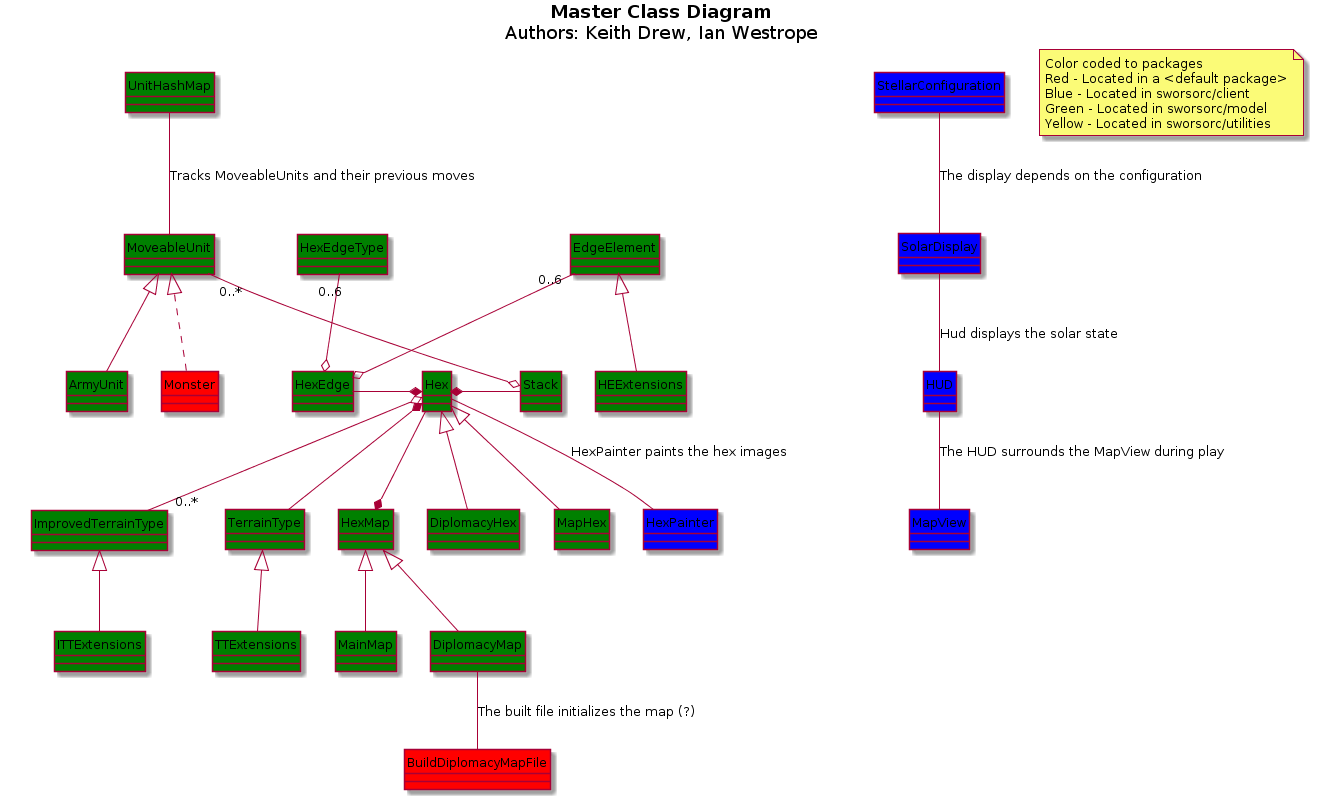
This is doc/masterClassDiagrams/classDiagram.png from cjeffery/sworsorc, a PlantUML export, as it was before one commit.
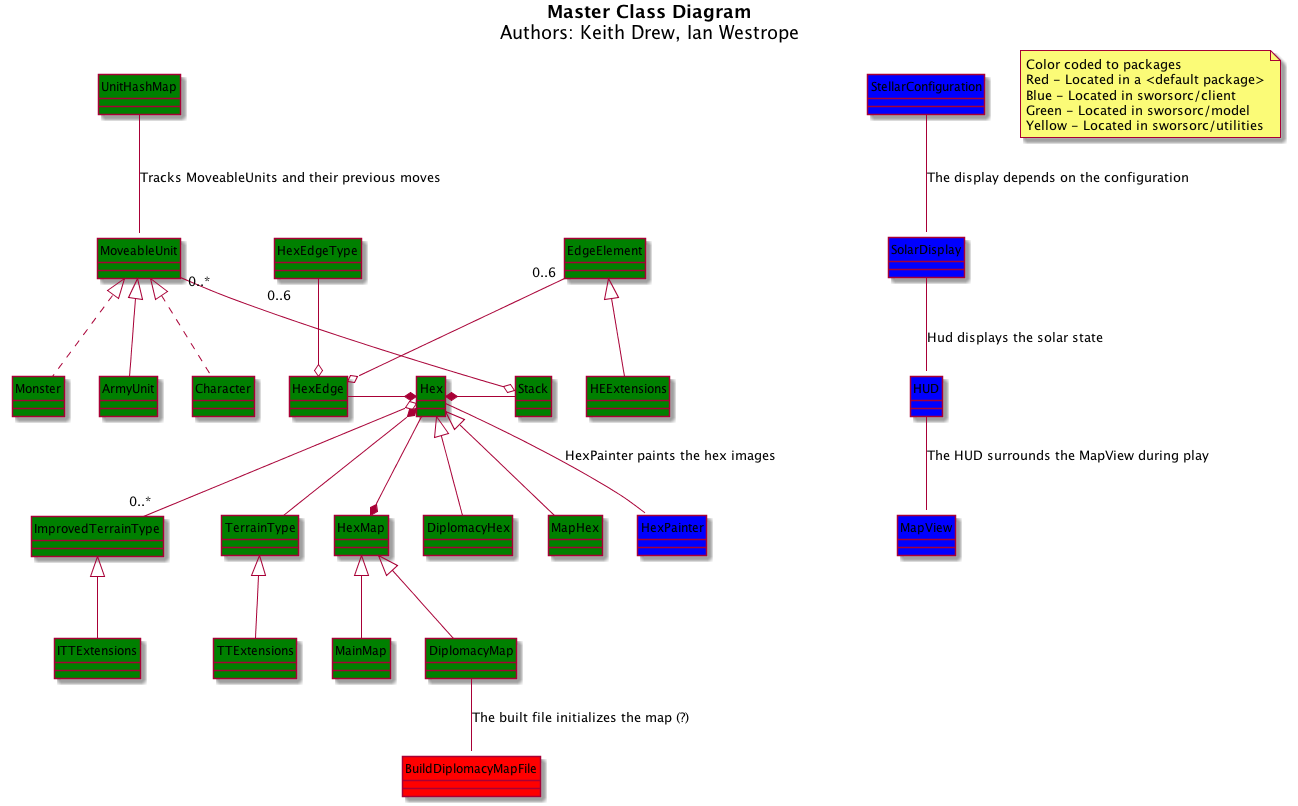
Above is the later version.

Change to the diagram source:
```diff
@@ -13,6 +13,7 @@
 DiplomacyHex -up-|> Hex
 MapHex -up-|> Hex
 
+Character .up.|> MoveableUnit
 Monster .up.|> MoveableUnit
 
 HexMap *-up- Hex
@@ -37,7 +38,7 @@
 
 SolarDisplay -down- HUD : Hud displays the solar state
 
-HUD -down-MapView : The HUD surrounds the MapView during play
+HUD -down- MapView : The HUD surrounds the MapView during play
 
 HEExtensions -up-|> EdgeElement
 TTExtensions -up-|> TerrainType
@@ -51,6 +52,9 @@
 Green - Located in sworsorc/model
 Yellow - Located in sworsorc/utilities
 end note
+
+class Character #green{
+}
 
 class MoveableUnit #green {
 }
@@ -106,7 +110,7 @@
 class ITTExtensions #green {
 }
 
-class Monster #red {
+class Monster #green {
 }
 
 class BuildDiplomacyMapFile #red {
@@ -130,4 +134,6 @@
 class HexPainter #blue {
 }
 
+
+
 @enduml
```
